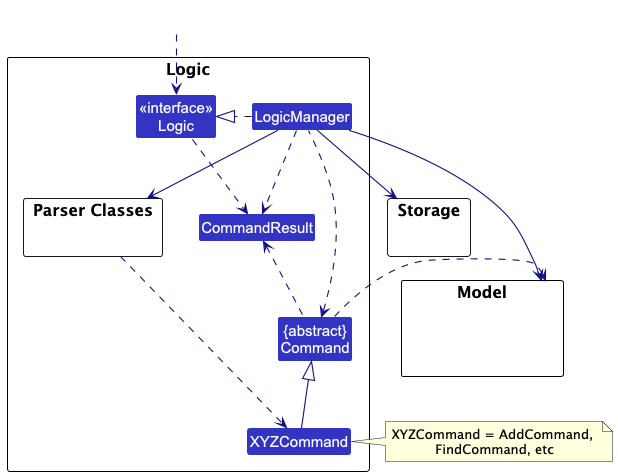
jaxwong/tp keeps this PlantUML diagram as docs/images/LogicClassDiagram.png. Above is the earlier version.
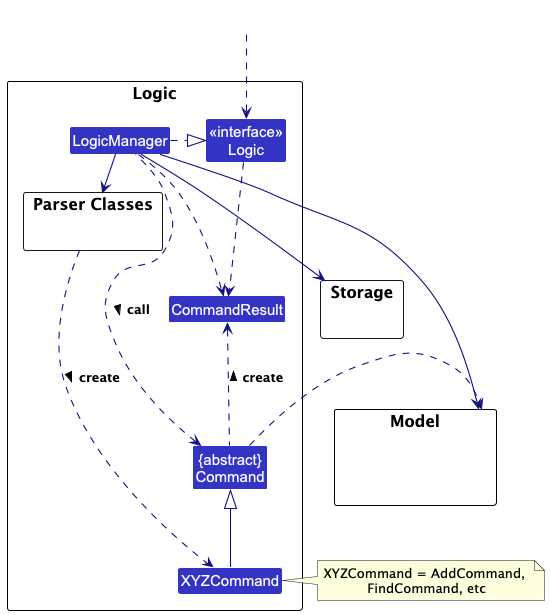
The same diagram one commit later.

Commit message:
Add navigability in uml for logic class

Change to the diagram source:
```diff
@@ -29,10 +29,10 @@
 
 LogicManager .right.|> Logic
 LogicManager -right-> ParserClasses
-ParserClasses ..> XYZCommand
+ParserClasses ..> XYZCommand : create >
 
 XYZCommand -up-|> Command
-LogicManager .left.> Command
+LogicManager .left.> Command : call >
 
 LogicManager --> Model
 LogicManager --> Storage
@@ -43,5 +43,5 @@
 
 Logic ..> CommandResult
 LogicManager .down.> CommandResult
-Command .up.> CommandResult
+Command .up.> CommandResult : create >
 @enduml
```
